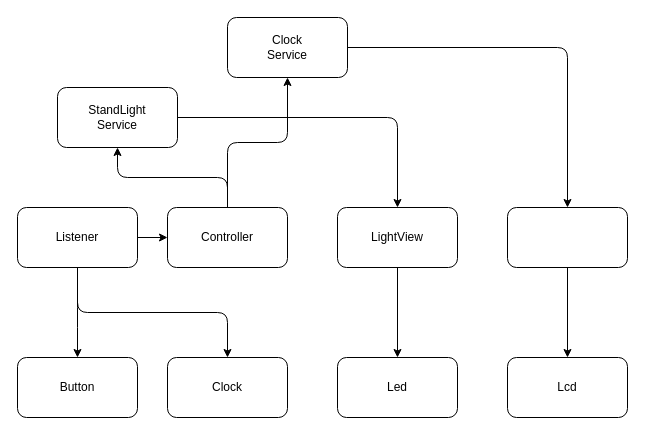
This is sw_design/sw_design.drawio from leb1973/StandLight_Distance_Temp_Humid_Motor, a draw.io file, before an edit. Source tidied: cells renumbered, new cells numbered last; positions are measured from the earlier drawing's top-left corner, leaving out a move shared by most shapes. Both pictures are drawn from the tidied source at 100%, with x=0, y=0 at pixel (17, 17).
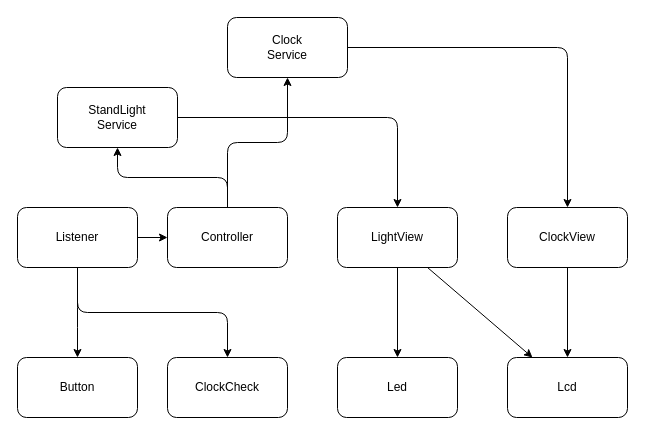
The same page after the edit.

Unchanged cells that the change refers to:
```xml
<mxCell id="10" value="LightView" style="rounded=1;whiteSpace=wrap;html=1;" parent="1" vertex="1">
  <mxGeometry x="320" y="190" width="120" height="60" as="geometry" />
</mxCell>
<mxCell id="17" value="Lcd" style="rounded=1;whiteSpace=wrap;html=1;" parent="1" vertex="1">
  <mxGeometry x="490" y="340" width="120" height="60" as="geometry" />
</mxCell>
```

The edit, as a diff of the source:
```diff
@@
+    <mxCell id="21" style="edgeStyle=none;html=1;exitX=0.75;exitY=1;exitDx=0;exitDy=0;" parent="1" edge="1" source="10" target="17">
+      <mxGeometry relative="1" as="geometry" />
+    </mxCell>
@@
-    <mxCell id="16" style="rounded=1;whiteSpace=wrap;html=1;" parent="1" vertex="1">
+    <mxCell id="16" value="ClockView" style="rounded=1;whiteSpace=wrap;html=1;" parent="1" vertex="1">
       <mxGeometry x="490" y="190" width="120" height="60" as="geometry" />
     </mxCell>
@@
-    <mxCell id="19" value="Clock" style="rounded=1;whiteSpace=wrap;html=1;" parent="1" vertex="1">
+    <mxCell id="19" value="ClockCheck" style="rounded=1;whiteSpace=wrap;html=1;" parent="1" vertex="1">
       <mxGeometry x="150" y="340" width="120" height="60" as="geometry" />
     </mxCell>
```
